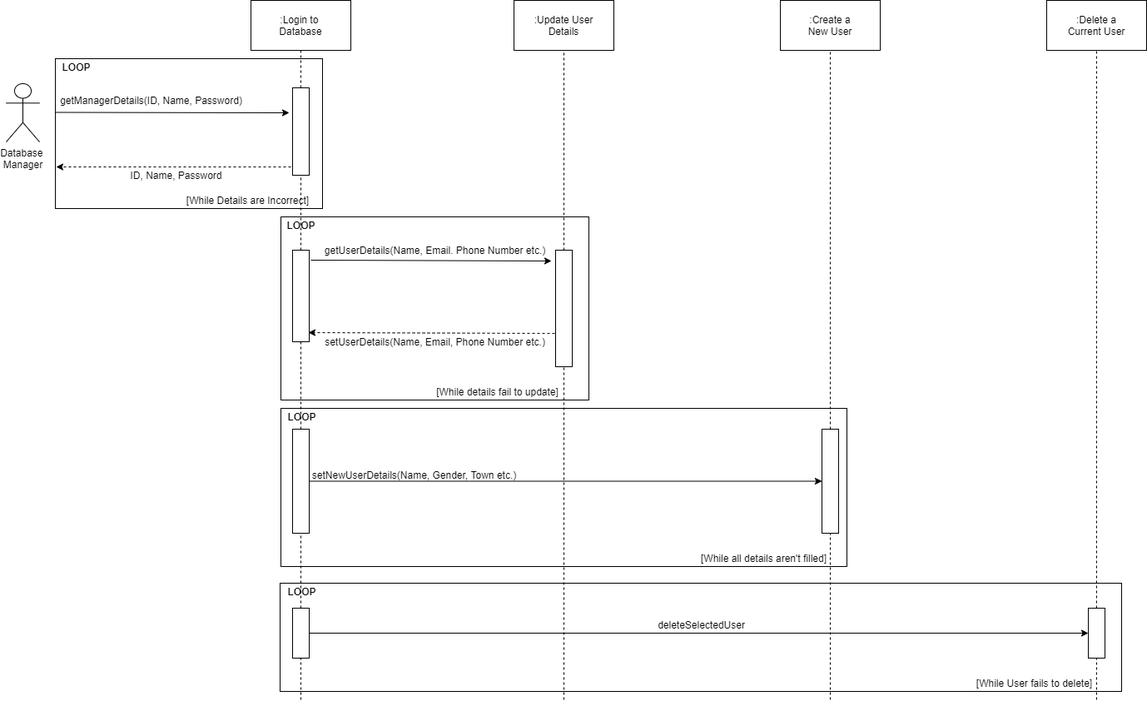
This is UML Diagrams/Sequence Diagram - Database Manager.png from caleb-long19/Facebook_Database_Manager, a draw.io export, as it was before one commit. Source tidied: cells renumbered, new cells last; positions are measured from the earlier drawing's top-left corner, leaving out a move shared by most shapes. Source of this version:
```xml
<mxGraphModel>
  <root>
    <mxCell id="0" />
    <mxCell id="1" parent="0" />
    <mxCell id="2" style="rounded=0;whiteSpace=wrap;html=1;fillColor=none;" parent="1" vertex="1">
      <mxGeometry x="59" y="70" width="321" height="180" as="geometry" />
    </mxCell>
    <mxCell id="3" value="Database &lt;br&gt;Manager" style="shape=umlActor;verticalLabelPosition=bottom;labelBackgroundColor=#ffffff;verticalAlign=top;html=1;" parent="1" vertex="1">
      <mxGeometry y="100" width="40" height="70" as="geometry" />
    </mxCell>
    <mxCell id="4" style="endArrow=classic;html=1;" parent="1" edge="1">
      <mxGeometry relative="1" as="geometry">
        <mxPoint x="60" y="134.5" as="sourcePoint" />
        <mxPoint x="340" y="135" as="targetPoint" />
      </mxGeometry>
    </mxCell>
    <mxCell id="5" value=":Login to &lt;br&gt;Database" style="rounded=0;whiteSpace=wrap;html=1;" parent="1" vertex="1">
      <mxGeometry x="294" width="120" height="60" as="geometry" />
    </mxCell>
    <mxCell id="6" style="endArrow=none;dashed=1;html=1;entryX=0.5;entryY=1;entryDx=0;entryDy=0;" parent="1" edge="1" source="12" target="5">
      <mxGeometry relative="1" as="geometry" />
    </mxCell>
    <mxCell id="7" value="getManagerDetails(ID, Name, Password)" style="text;html=1;align=center;verticalAlign=middle;" parent="1" vertex="1">
      <mxGeometry x="59" y="110" width="230" height="20" as="geometry" />
    </mxCell>
    <mxCell id="8" style="endArrow=classic;html=1;dashed=1;exitX=-0.1;exitY=0.905;exitDx=0;exitDy=0;exitPerimeter=0;" parent="1" edge="1" source="12">
      <mxGeometry relative="1" as="geometry">
        <mxPoint x="60" y="200" as="targetPoint" />
      </mxGeometry>
    </mxCell>
    <mxCell id="9" value="ID, Name, Password" style="text;html=1;align=center;verticalAlign=middle;" parent="1" vertex="1">
      <mxGeometry x="139" y="200" width="130" height="20" as="geometry" />
    </mxCell>
    <mxCell id="10" value="&lt;b&gt;LOOP&lt;/b&gt;" style="text;html=1;align=center;verticalAlign=middle;" parent="1" vertex="1">
      <mxGeometry x="59" y="70" width="50" height="20" as="geometry" />
    </mxCell>
    <mxCell id="11" value="[While Details are Incorrect]" style="text;html=1;align=center;verticalAlign=middle;" parent="1" vertex="1">
      <mxGeometry x="210" y="230" width="160" height="20" as="geometry" />
    </mxCell>
    <mxCell id="12" style="rounded=0;whiteSpace=wrap;html=1;fillColor=none;" parent="1" vertex="1">
      <mxGeometry x="344" y="105" width="20" height="105" as="geometry" />
    </mxCell>
    <mxCell id="13" style="endArrow=none;dashed=1;html=1;entryX=0.5;entryY=1;entryDx=0;entryDy=0;" parent="1" edge="1" source="20" target="12">
      <mxGeometry relative="1" as="geometry" />
    </mxCell>
    <mxCell id="14" value=":Update User&lt;br&gt;Details" style="rounded=0;whiteSpace=wrap;html=1;fillColor=#ffffff;" parent="1" vertex="1">
      <mxGeometry x="610" width="120" height="60" as="geometry" />
    </mxCell>
    <mxCell id="15" value=":Create a&lt;br&gt;New User" style="rounded=0;whiteSpace=wrap;html=1;fillColor=#ffffff;" parent="1" vertex="1">
      <mxGeometry x="930" width="120" height="60" as="geometry" />
    </mxCell>
    <mxCell id="16" value=":Delete a&lt;br&gt;Current User" style="rounded=0;whiteSpace=wrap;html=1;fillColor=#ffffff;" parent="1" vertex="1">
      <mxGeometry x="1250" width="120" height="60" as="geometry" />
    </mxCell>
    <mxCell id="17" style="endArrow=none;dashed=1;html=1;entryX=0.5;entryY=1;entryDx=0;entryDy=0;" parent="1" edge="1" source="22" target="14">
      <mxGeometry relative="1" as="geometry" />
    </mxCell>
    <mxCell id="18" style="endArrow=none;dashed=1;html=1;entryX=0.5;entryY=1;entryDx=0;entryDy=0;" parent="1" edge="1" source="33" target="15">
      <mxGeometry relative="1" as="geometry" />
    </mxCell>
    <mxCell id="19" style="endArrow=none;dashed=1;html=1;entryX=0.5;entryY=1;entryDx=0;entryDy=0;" parent="1" edge="1" source="40" target="16">
      <mxGeometry relative="1" as="geometry" />
    </mxCell>
    <mxCell id="20" style="rounded=0;whiteSpace=wrap;html=1;fillColor=#ffffff;" parent="1" vertex="1">
      <mxGeometry x="344" y="300" width="20" height="110" as="geometry" />
    </mxCell>
    <mxCell id="21" style="endArrow=none;dashed=1;html=1;entryX=0.5;entryY=1;entryDx=0;entryDy=0;" parent="1" edge="1" source="31" target="20">
      <mxGeometry relative="1" as="geometry" />
    </mxCell>
    <mxCell id="22" style="rounded=0;whiteSpace=wrap;html=1;fillColor=#ffffff;" parent="1" vertex="1">
      <mxGeometry x="660" y="300" width="20" height="140" as="geometry" />
    </mxCell>
    <mxCell id="23" style="endArrow=none;dashed=1;html=1;entryX=0.5;entryY=1;entryDx=0;entryDy=0;" parent="1" edge="1" target="22">
      <mxGeometry relative="1" as="geometry">
        <mxPoint x="670" y="840" as="sourcePoint" />
      </mxGeometry>
    </mxCell>
    <mxCell id="24" style="endArrow=classic;html=1;exitX=1.1;exitY=0.109;exitDx=0;exitDy=0;exitPerimeter=0;" parent="1" edge="1" source="20">
      <mxGeometry relative="1" as="geometry">
        <mxPoint x="655" y="313" as="targetPoint" />
      </mxGeometry>
    </mxCell>
    <mxCell id="25" style="endArrow=classic;html=1;entryX=0.95;entryY=0.9;entryDx=0;entryDy=0;entryPerimeter=0;dashed=1;" parent="1" edge="1" target="20">
      <mxGeometry relative="1" as="geometry">
        <mxPoint x="659" y="400" as="sourcePoint" />
      </mxGeometry>
    </mxCell>
    <mxCell id="26" style="rounded=0;whiteSpace=wrap;html=1;fillColor=none;" parent="1" vertex="1">
      <mxGeometry x="330" y="260" width="370" height="220" as="geometry" />
    </mxCell>
    <mxCell id="27" value="&lt;b&gt;LOOP&lt;/b&gt;" style="text;html=1;align=center;verticalAlign=middle;" parent="1" vertex="1">
      <mxGeometry x="329" y="260" width="50" height="20" as="geometry" />
    </mxCell>
    <mxCell id="28" value="[While details fail to update]" style="text;html=1;align=center;verticalAlign=middle;" parent="1" vertex="1">
      <mxGeometry x="510" y="460" width="160" height="20" as="geometry" />
    </mxCell>
    <mxCell id="29" value="getUserDetails(Name, Email. Phone Number etc.)" style="text;html=1;align=center;verticalAlign=middle;" parent="1" vertex="1">
      <mxGeometry x="375" y="290" width="280" height="20" as="geometry" />
    </mxCell>
    <mxCell id="30" value="setUserDetails(Name, Email, Phone Number etc.)" style="text;html=1;align=center;verticalAlign=middle;" parent="1" vertex="1">
      <mxGeometry x="375" y="400" width="280" height="20" as="geometry" />
    </mxCell>
    <mxCell id="31" style="rounded=0;whiteSpace=wrap;html=1;fillColor=#ffffff;" parent="1" vertex="1">
      <mxGeometry x="344" y="515" width="20" height="125" as="geometry" />
    </mxCell>
    <mxCell id="32" style="endArrow=none;dashed=1;html=1;entryX=0.5;entryY=1;entryDx=0;entryDy=0;" parent="1" edge="1" source="42" target="31">
      <mxGeometry relative="1" as="geometry" />
    </mxCell>
    <mxCell id="33" style="rounded=0;whiteSpace=wrap;html=1;fillColor=#ffffff;" parent="1" vertex="1">
      <mxGeometry x="980" y="515" width="20" height="125" as="geometry" />
    </mxCell>
    <mxCell id="34" style="endArrow=none;dashed=1;html=1;entryX=0.5;entryY=1;entryDx=0;entryDy=0;" parent="1" edge="1" target="33">
      <mxGeometry relative="1" as="geometry">
        <mxPoint x="990" y="840" as="sourcePoint" />
      </mxGeometry>
    </mxCell>
    <mxCell id="35" style="endArrow=classic;html=1;exitX=1;exitY=0.5;exitDx=0;exitDy=0;entryX=0;entryY=0.5;entryDx=0;entryDy=0;" parent="1" edge="1" source="31" target="33">
      <mxGeometry relative="1" as="geometry" />
    </mxCell>
    <mxCell id="36" value="setNewUserDetails(Name, Gender, Town etc.)" style="text;html=1;align=center;verticalAlign=middle;" parent="1" vertex="1">
      <mxGeometry x="360" y="560" width="260" height="20" as="geometry" />
    </mxCell>
    <mxCell id="37" style="rounded=0;whiteSpace=wrap;html=1;fillColor=none;" parent="1" vertex="1">
      <mxGeometry x="330" y="490" width="680" height="190" as="geometry" />
    </mxCell>
    <mxCell id="38" value="&lt;b&gt;LOOP&lt;/b&gt;" style="text;html=1;align=center;verticalAlign=middle;" parent="1" vertex="1">
      <mxGeometry x="330" y="490" width="50" height="20" as="geometry" />
    </mxCell>
    <mxCell id="39" value="[While all details aren't filled]" style="text;html=1;align=center;verticalAlign=middle;" parent="1" vertex="1">
      <mxGeometry x="825" y="660" width="170" height="20" as="geometry" />
    </mxCell>
    <mxCell id="40" style="rounded=0;whiteSpace=wrap;html=1;fillColor=#ffffff;" parent="1" vertex="1">
      <mxGeometry x="1300" y="730" width="20" height="60" as="geometry" />
    </mxCell>
    <mxCell id="41" style="endArrow=none;dashed=1;html=1;entryX=0.5;entryY=1;entryDx=0;entryDy=0;" parent="1" edge="1" target="40">
      <mxGeometry relative="1" as="geometry">
        <mxPoint x="1310" y="840" as="sourcePoint" />
      </mxGeometry>
    </mxCell>
    <mxCell id="42" style="rounded=0;whiteSpace=wrap;html=1;fillColor=#ffffff;" parent="1" vertex="1">
      <mxGeometry x="344" y="730" width="20" height="60" as="geometry" />
    </mxCell>
    <mxCell id="43" style="endArrow=none;dashed=1;html=1;entryX=0.5;entryY=1;entryDx=0;entryDy=0;" parent="1" edge="1" target="42">
      <mxGeometry relative="1" as="geometry">
        <mxPoint x="354" y="840" as="sourcePoint" />
      </mxGeometry>
    </mxCell>
    <mxCell id="44" style="endArrow=classic;html=1;exitX=1;exitY=0.5;exitDx=0;exitDy=0;entryX=0;entryY=0.5;entryDx=0;entryDy=0;" parent="1" edge="1" source="42" target="40">
      <mxGeometry relative="1" as="geometry" />
    </mxCell>
    <mxCell id="45" value="deleteSelectedUser" style="text;html=1;align=center;verticalAlign=middle;" parent="1" vertex="1">
      <mxGeometry x="775" y="740" width="120" height="20" as="geometry" />
    </mxCell>
    <mxCell id="46" style="rounded=0;whiteSpace=wrap;html=1;fillColor=none;" parent="1" vertex="1">
      <mxGeometry x="329" y="700" width="1011" height="130" as="geometry" />
    </mxCell>
    <mxCell id="47" value="&lt;b&gt;LOOP&lt;/b&gt;" style="text;html=1;align=center;verticalAlign=middle;" parent="1" vertex="1">
      <mxGeometry x="330" y="700" width="50" height="20" as="geometry" />
    </mxCell>
    <mxCell id="48" value="[While User fails to delete]" style="text;html=1;align=center;verticalAlign=middle;" parent="1" vertex="1">
      <mxGeometry x="1160" y="810" width="150" height="20" as="geometry" />
    </mxCell>
  </root>
</mxGraphModel>
```
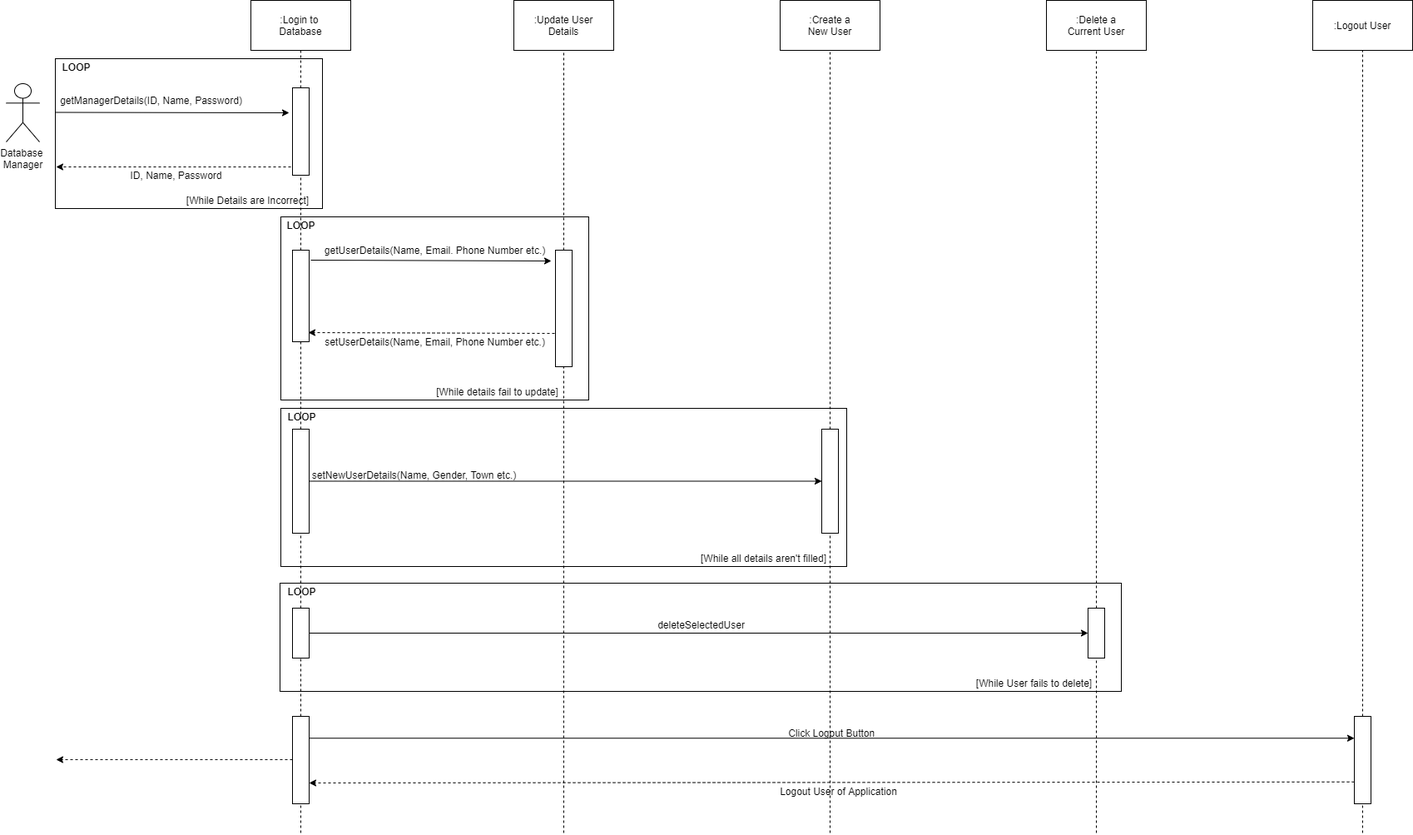
After the commit.

The edit, as a diff of the source:
```diff
@@ -2,6 +2,12 @@
   <root>
     <mxCell id="0" />
     <mxCell id="1" parent="0" />
+    <mxCell id="26" style="rounded=0;whiteSpace=wrap;html=1;fillColor=none;" parent="1" vertex="1">
+      <mxGeometry x="330" y="260" width="370" height="220" as="geometry" />
+    </mxCell>
+    <mxCell id="46" style="rounded=0;whiteSpace=wrap;html=1;fillColor=none;" parent="1" vertex="1">
+      <mxGeometry x="329" y="700" width="1011" height="130" as="geometry" />
+    </mxCell>
     <mxCell id="2" style="rounded=0;whiteSpace=wrap;html=1;fillColor=none;" parent="1" vertex="1">
       <mxGeometry x="59" y="70" width="321" height="180" as="geometry" />
     </mxCell>
@@ -72,7 +78,7 @@
     </mxCell>
     <mxCell id="23" style="endArrow=none;dashed=1;html=1;entryX=0.5;entryY=1;entryDx=0;entryDy=0;" parent="1" edge="1" target="22">
       <mxGeometry relative="1" as="geometry">
-        <mxPoint x="670" y="840" as="sourcePoint" />
+        <mxPoint x="670" y="1000" as="sourcePoint" />
       </mxGeometry>
     </mxCell>
     <mxCell id="24" style="endArrow=classic;html=1;exitX=1.1;exitY=0.109;exitDx=0;exitDy=0;exitPerimeter=0;" parent="1" edge="1" source="20">
@@ -85,9 +91,6 @@
         <mxPoint x="659" y="400" as="sourcePoint" />
       </mxGeometry>
     </mxCell>
-    <mxCell id="26" style="rounded=0;whiteSpace=wrap;html=1;fillColor=none;" parent="1" vertex="1">
-      <mxGeometry x="330" y="260" width="370" height="220" as="geometry" />
-    </mxCell>
     <mxCell id="27" value="&lt;b&gt;LOOP&lt;/b&gt;" style="text;html=1;align=center;verticalAlign=middle;" parent="1" vertex="1">
       <mxGeometry x="329" y="260" width="50" height="20" as="geometry" />
     </mxCell>
@@ -111,7 +114,7 @@
     </mxCell>
     <mxCell id="34" style="endArrow=none;dashed=1;html=1;entryX=0.5;entryY=1;entryDx=0;entryDy=0;" parent="1" edge="1" target="33">
       <mxGeometry relative="1" as="geometry">
-        <mxPoint x="990" y="840" as="sourcePoint" />
+        <mxPoint x="990" y="1000" as="sourcePoint" />
       </mxGeometry>
     </mxCell>
     <mxCell id="35" style="endArrow=classic;html=1;exitX=1;exitY=0.5;exitDx=0;exitDy=0;entryX=0;entryY=0.5;entryDx=0;entryDy=0;" parent="1" edge="1" source="31" target="33">
@@ -134,16 +137,14 @@
     </mxCell>
     <mxCell id="41" style="endArrow=none;dashed=1;html=1;entryX=0.5;entryY=1;entryDx=0;entryDy=0;" parent="1" edge="1" target="40">
       <mxGeometry relative="1" as="geometry">
-        <mxPoint x="1310" y="840" as="sourcePoint" />
+        <mxPoint x="1310" y="1000" as="sourcePoint" />
       </mxGeometry>
     </mxCell>
     <mxCell id="42" style="rounded=0;whiteSpace=wrap;html=1;fillColor=#ffffff;" parent="1" vertex="1">
       <mxGeometry x="344" y="730" width="20" height="60" as="geometry" />
     </mxCell>
-    <mxCell id="43" style="endArrow=none;dashed=1;html=1;entryX=0.5;entryY=1;entryDx=0;entryDy=0;" parent="1" edge="1" target="42">
-      <mxGeometry relative="1" as="geometry">
-        <mxPoint x="354" y="840" as="sourcePoint" />
-      </mxGeometry>
+    <mxCell id="43" style="endArrow=none;dashed=1;html=1;entryX=0.5;entryY=1;entryDx=0;entryDy=0;" parent="1" edge="1" source="51" target="42">
+      <mxGeometry relative="1" as="geometry" />
     </mxCell>
     <mxCell id="44" style="endArrow=classic;html=1;exitX=1;exitY=0.5;exitDx=0;exitDy=0;entryX=0;entryY=0.5;entryDx=0;entryDy=0;" parent="1" edge="1" source="42" target="40">
       <mxGeometry relative="1" as="geometry" />
@@ -151,14 +152,55 @@
     <mxCell id="45" value="deleteSelectedUser" style="text;html=1;align=center;verticalAlign=middle;" parent="1" vertex="1">
       <mxGeometry x="775" y="740" width="120" height="20" as="geometry" />
     </mxCell>
-    <mxCell id="46" style="rounded=0;whiteSpace=wrap;html=1;fillColor=none;" parent="1" vertex="1">
-      <mxGeometry x="329" y="700" width="1011" height="130" as="geometry" />
-    </mxCell>
     <mxCell id="47" value="&lt;b&gt;LOOP&lt;/b&gt;" style="text;html=1;align=center;verticalAlign=middle;" parent="1" vertex="1">
       <mxGeometry x="330" y="700" width="50" height="20" as="geometry" />
     </mxCell>
     <mxCell id="48" value="[While User fails to delete]" style="text;html=1;align=center;verticalAlign=middle;" parent="1" vertex="1">
       <mxGeometry x="1160" y="810" width="150" height="20" as="geometry" />
     </mxCell>
+    <mxCell id="49" value=":Logout User" style="rounded=0;whiteSpace=wrap;html=1;fillColor=#ffffff;" parent="1" vertex="1">
+      <mxGeometry x="1570" width="120" height="60" as="geometry" />
+    </mxCell>
+    <mxCell id="50" style="endArrow=none;dashed=1;html=1;entryX=0.5;entryY=1;entryDx=0;entryDy=0;" parent="1" edge="1" source="53">
+      <mxGeometry relative="1" as="geometry">
+        <mxPoint x="1630" y="60" as="targetPoint" />
+      </mxGeometry>
+    </mxCell>
+    <mxCell id="51" style="rounded=0;whiteSpace=wrap;html=1;fillColor=none;" parent="1" vertex="1">
+      <mxGeometry x="344" y="860" width="20" height="105" as="geometry" />
+    </mxCell>
+    <mxCell id="52" style="endArrow=none;dashed=1;html=1;entryX=0.5;entryY=1;entryDx=0;entryDy=0;" parent="1" edge="1" target="51">
+      <mxGeometry relative="1" as="geometry">
+        <mxPoint x="354" y="1000" as="sourcePoint" />
+      </mxGeometry>
+    </mxCell>
+    <mxCell id="53" style="rounded=0;whiteSpace=wrap;html=1;fillColor=none;" parent="1" vertex="1">
+      <mxGeometry x="1620" y="860" width="20" height="105" as="geometry" />
+    </mxCell>
+    <mxCell id="54" style="endArrow=none;dashed=1;html=1;entryX=0.5;entryY=1;entryDx=0;entryDy=0;" parent="1" edge="1" target="53">
+      <mxGeometry relative="1" as="geometry">
+        <mxPoint x="1630" y="1000" as="sourcePoint" />
+      </mxGeometry>
+    </mxCell>
+    <mxCell id="55" style="endArrow=classic;html=1;exitX=1;exitY=0.25;exitDx=0;exitDy=0;entryX=0;entryY=0.25;entryDx=0;entryDy=0;" parent="1" edge="1" source="51" target="53">
+      <mxGeometry relative="1" as="geometry" />
+    </mxCell>
+    <mxCell id="56" style="endArrow=classic;html=1;entryX=0.95;entryY=0.9;entryDx=0;entryDy=0;entryPerimeter=0;dashed=1;exitX=0;exitY=0.75;exitDx=0;exitDy=0;" parent="1" edge="1" source="53">
+      <mxGeometry relative="1" as="geometry">
+        <mxPoint x="364" y="940" as="targetPoint" />
+      </mxGeometry>
+    </mxCell>
+    <mxCell id="57" value="&amp;nbsp;Click Logout Button" style="text;html=1;align=center;verticalAlign=middle;" parent="1" vertex="1">
+      <mxGeometry x="930" y="870" width="120" height="20" as="geometry" />
+    </mxCell>
+    <mxCell id="58" value="Logout User of Application" style="text;html=1;align=center;verticalAlign=middle;" parent="1" vertex="1">
+      <mxGeometry x="920" y="940" width="160" height="20" as="geometry" />
+    </mxCell>
+    <mxCell id="59" style="endArrow=classic;html=1;dashed=1;" parent="1" edge="1">
+      <mxGeometry relative="1" as="geometry">
+        <mxPoint x="344" y="912" as="sourcePoint" />
+        <mxPoint x="60" y="912" as="targetPoint" />
+      </mxGeometry>
+    </mxCell>
   </root>
 </mxGraphModel>
```
